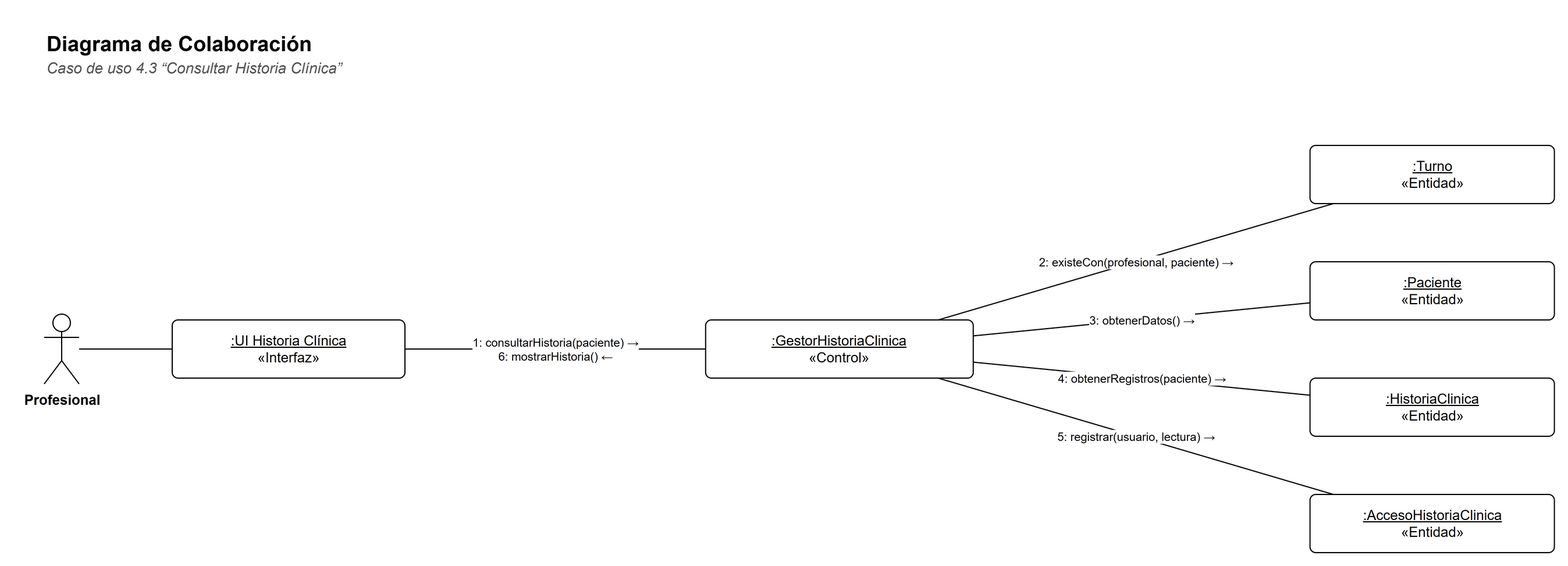
Matiglorioso/kineturnos keeps this draw.io diagram as docs/diagramas/colaboracion-4-3.png. Above is the earlier version. Source tidied: cells renumbered, new cells last; positions are measured from the earlier drawing's top-left corner, leaving out a move shared by most shapes.
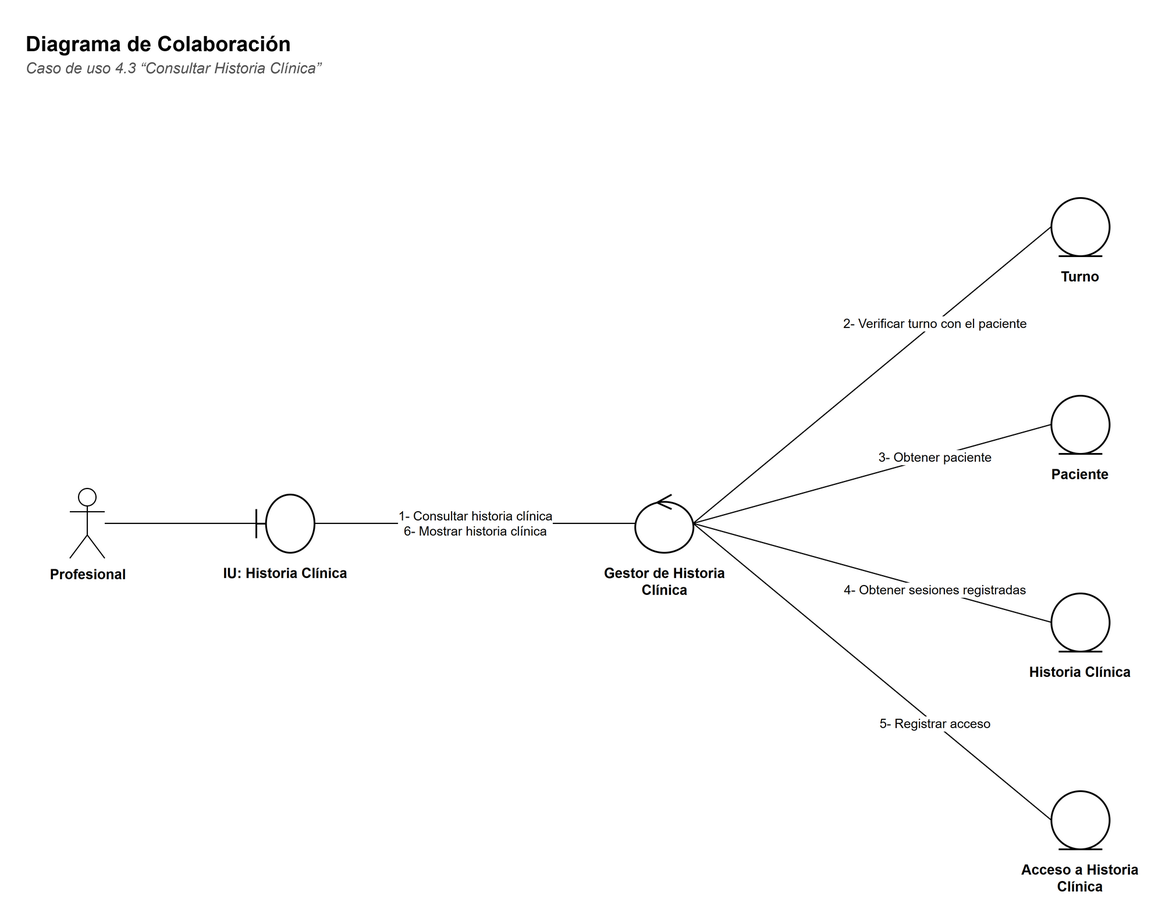
Above is the later version.

The edit, as a diff of the source:
```diff
@@ -9,43 +9,61 @@
       <mxGeometry y="24" width="900" height="20" as="geometry" />
     </mxCell>
     <mxCell id="4" value="Profesional" style="shape=umlActor;verticalLabelPosition=bottom;verticalAlign=top;html=1;outlineConnect=0;fillColor=#FFFFFF;strokeColor=#000000;fontFamily=Helvetica;fontSize=12;fontStyle=1;" parent="1" vertex="1">
-      <mxGeometry y="250" width="30" height="60" as="geometry" />
+      <mxGeometry x="40" y="400" width="30" height="60" as="geometry" />
     </mxCell>
-    <mxCell id="5" value="&lt;u&gt;:UI Historia Clínica&lt;/u&gt;&lt;br&gt;«Interfaz»" style="rounded=0;whiteSpace=wrap;html=1;fillColor=#FFFFFF;strokeColor=#000000;fontFamily=Helvetica;fontSize=12;rounded=1;arcSize=10;" parent="1" vertex="1">
-      <mxGeometry x="110" y="255" width="200" height="50" as="geometry" />
+    <mxCell id="5" style="shape=umlBoundary;html=1;fillColor=#FFFFFF;strokeColor=#000000;strokeWidth=1.5;" parent="1" vertex="1">
+      <mxGeometry x="200" y="405" width="50" height="50" as="geometry" />
     </mxCell>
-    <mxCell id="6" value="&lt;u&gt;:GestorHistoriaClinica&lt;/u&gt;&lt;br&gt;«Control»" style="rounded=0;whiteSpace=wrap;html=1;fillColor=#FFFFFF;strokeColor=#000000;fontFamily=Helvetica;fontSize=12;rounded=1;arcSize=10;" parent="1" vertex="1">
-      <mxGeometry x="568.4" y="255" width="230" height="50" as="geometry" />
+    <mxCell id="6" value="&lt;b&gt;IU: Historia Clínica&lt;/b&gt;" style="text;html=1;strokeColor=none;fillColor=none;align=left;verticalAlign=top;whiteSpace=wrap;fontFamily=Helvetica;align=center;fontSize=12;" parent="1" vertex="1">
+      <mxGeometry x="160" y="459" width="130" height="40" as="geometry" />
     </mxCell>
-    <mxCell id="7" value="&lt;u&gt;:Turno&lt;/u&gt;&lt;br&gt;«Entidad»" style="rounded=0;whiteSpace=wrap;html=1;fillColor=#FFFFFF;strokeColor=#000000;fontFamily=Helvetica;fontSize=12;rounded=1;arcSize=10;" parent="1" vertex="1">
-      <mxGeometry x="1087.8" y="105" width="210" height="50" as="geometry" />
+    <mxCell id="7" style="shape=umlControl;html=1;fillColor=#FFFFFF;strokeColor=#000000;strokeWidth=1.5;" parent="1" vertex="1">
+      <mxGeometry x="525.6" y="405" width="50" height="50" as="geometry" />
     </mxCell>
-    <mxCell id="8" value="&lt;u&gt;:Paciente&lt;/u&gt;&lt;br&gt;«Entidad»" style="rounded=0;whiteSpace=wrap;html=1;fillColor=#FFFFFF;strokeColor=#000000;fontFamily=Helvetica;fontSize=12;rounded=1;arcSize=10;" parent="1" vertex="1">
-      <mxGeometry x="1087.8" y="205" width="210" height="50" as="geometry" />
+    <mxCell id="8" value="&lt;b&gt;Gestor de Historia Clínica&lt;/b&gt;" style="text;html=1;strokeColor=none;fillColor=none;align=left;verticalAlign=top;whiteSpace=wrap;fontFamily=Helvetica;align=center;fontSize=12;" parent="1" vertex="1">
+      <mxGeometry x="485.6" y="459" width="130" height="40" as="geometry" />
     </mxCell>
-    <mxCell id="9" value="&lt;u&gt;:HistoriaClinica&lt;/u&gt;&lt;br&gt;«Entidad»" style="rounded=0;whiteSpace=wrap;html=1;fillColor=#FFFFFF;strokeColor=#000000;fontFamily=Helvetica;fontSize=12;rounded=1;arcSize=10;" parent="1" vertex="1">
-      <mxGeometry x="1087.8" y="305" width="210" height="50" as="geometry" />
+    <mxCell id="9" style="shape=umlEntity;html=1;fillColor=#FFFFFF;strokeColor=#000000;strokeWidth=1.5;" parent="1" vertex="1">
+      <mxGeometry x="883.2" y="150" width="50" height="50" as="geometry" />
     </mxCell>
-    <mxCell id="10" value="&lt;u&gt;:AccesoHistoriaClinica&lt;/u&gt;&lt;br&gt;«Entidad»" style="rounded=0;whiteSpace=wrap;html=1;fillColor=#FFFFFF;strokeColor=#000000;fontFamily=Helvetica;fontSize=12;rounded=1;arcSize=10;" parent="1" vertex="1">
-      <mxGeometry x="1087.8" y="405" width="210" height="50" as="geometry" />
+    <mxCell id="10" value="&lt;b&gt;Turno&lt;/b&gt;" style="text;html=1;strokeColor=none;fillColor=none;align=left;verticalAlign=top;whiteSpace=wrap;fontFamily=Helvetica;align=center;fontSize=12;" parent="1" vertex="1">
+      <mxGeometry x="843.2" y="204" width="130" height="40" as="geometry" />
     </mxCell>
-    <mxCell id="11" style="edgeStyle=none;html=1;endArrow=none;endFill=0;strokeColor=#000000;fontFamily=Helvetica;fontSize=11;labelBackgroundColor=#FFFFFF;" parent="1" edge="1" source="4" target="5">
-      <mxGeometry relative="1" as="geometry" />
+    <mxCell id="11" style="shape=umlEntity;html=1;fillColor=#FFFFFF;strokeColor=#000000;strokeWidth=1.5;" parent="1" vertex="1">
+      <mxGeometry x="883.2" y="320" width="50" height="50" as="geometry" />
     </mxCell>
-    <mxCell id="12" value="1: consultarHistoria(paciente) →&lt;br&gt;6: mostrarHistoria() ←" style="edgeStyle=none;html=1;endArrow=none;endFill=0;strokeColor=#000000;fontFamily=Helvetica;fontSize=11;labelBackgroundColor=#FFFFFF;fontSize=10;" parent="1" edge="1" source="6" target="5">
-      <mxGeometry relative="1" as="geometry" />
+    <mxCell id="12" value="&lt;b&gt;Paciente&lt;/b&gt;" style="text;html=1;strokeColor=none;fillColor=none;align=left;verticalAlign=top;whiteSpace=wrap;fontFamily=Helvetica;align=center;fontSize=12;" parent="1" vertex="1">
+      <mxGeometry x="843.2" y="374" width="130" height="40" as="geometry" />
     </mxCell>
-    <mxCell id="13" value="2: existeCon(profesional, paciente) →" style="edgeStyle=none;html=1;endArrow=none;endFill=0;strokeColor=#000000;fontFamily=Helvetica;fontSize=11;labelBackgroundColor=#FFFFFF;fontSize=10;" parent="1" edge="1" source="7" target="6">
-      <mxGeometry relative="1" as="geometry" />
+    <mxCell id="13" style="shape=umlEntity;html=1;fillColor=#FFFFFF;strokeColor=#000000;strokeWidth=1.5;" parent="1" vertex="1">
+      <mxGeometry x="883.2" y="490" width="50" height="50" as="geometry" />
     </mxCell>
-    <mxCell id="14" value="3: obtenerDatos() →" style="edgeStyle=none;html=1;endArrow=none;endFill=0;strokeColor=#000000;fontFamily=Helvetica;fontSize=11;labelBackgroundColor=#FFFFFF;fontSize=10;" parent="1" edge="1" source="8" target="6">
-      <mxGeometry relative="1" as="geometry" />
+    <mxCell id="14" value="&lt;b&gt;Historia Clínica&lt;/b&gt;" style="text;html=1;strokeColor=none;fillColor=none;align=left;verticalAlign=top;whiteSpace=wrap;fontFamily=Helvetica;align=center;fontSize=12;" parent="1" vertex="1">
+      <mxGeometry x="843.2" y="544" width="130" height="40" as="geometry" />
     </mxCell>
-    <mxCell id="15" value="4: obtenerRegistros(paciente) →" style="edgeStyle=none;html=1;endArrow=none;endFill=0;strokeColor=#000000;fontFamily=Helvetica;fontSize=11;labelBackgroundColor=#FFFFFF;fontSize=10;" parent="1" edge="1" source="9" target="6">
-      <mxGeometry relative="1" as="geometry" />
+    <mxCell id="15" style="shape=umlEntity;html=1;fillColor=#FFFFFF;strokeColor=#000000;strokeWidth=1.5;" parent="1" vertex="1">
+      <mxGeometry x="883.2" y="660" width="50" height="50" as="geometry" />
     </mxCell>
-    <mxCell id="16" value="5: registrar(usuario, lectura) →" style="edgeStyle=none;html=1;endArrow=none;endFill=0;strokeColor=#000000;fontFamily=Helvetica;fontSize=11;labelBackgroundColor=#FFFFFF;fontSize=10;" parent="1" edge="1" source="10" target="6">
-      <mxGeometry relative="1" as="geometry" />
+    <mxCell id="16" value="&lt;b&gt;Acceso a Historia Clínica&lt;/b&gt;" style="text;html=1;strokeColor=none;fillColor=none;align=left;verticalAlign=top;whiteSpace=wrap;fontFamily=Helvetica;align=center;fontSize=12;" parent="1" vertex="1">
+      <mxGeometry x="843.2" y="714" width="130" height="40" as="geometry" />
     </mxCell>
+    <mxCell id="17" style="edgeStyle=none;html=1;endArrow=none;endFill=0;strokeColor=#000000;fontFamily=Helvetica;fontSize=11;labelBackgroundColor=#FFFFFF;" parent="1" edge="1" source="4" target="5">
+      <mxGeometry relative="1" as="geometry" />
+    </mxCell>
+    <mxCell id="18" value="1- Consultar historia clínica&lt;br&gt;6- Mostrar historia clínica" style="edgeStyle=none;html=1;endArrow=none;endFill=0;strokeColor=#000000;fontFamily=Helvetica;fontSize=11;labelBackgroundColor=#FFFFFF;fontSize=11;exitX=1;exitY=0.5;exitDx=0;exitDy=0;entryX=0;entryY=0.5;entryDx=0;entryDy=0;" parent="1" edge="1" source="5" target="7">
+      <mxGeometry relative="1" as="geometry" />
+    </mxCell>
+    <mxCell id="19" value="2- Verificar turno con el paciente" style="edgeStyle=none;html=1;endArrow=none;endFill=0;strokeColor=#000000;fontFamily=Helvetica;fontSize=11;labelBackgroundColor=#FFFFFF;fontSize=11;exitX=1;exitY=0.5;exitDx=0;exitDy=0;entryX=0;entryY=0.5;entryDx=0;entryDy=0;" parent="1" edge="1" source="7" target="9">
+      <mxGeometry x="0.35" relative="1" as="geometry" />
+    </mxCell>
+    <mxCell id="20" value="3- Obtener paciente" style="edgeStyle=none;html=1;endArrow=none;endFill=0;strokeColor=#000000;fontFamily=Helvetica;fontSize=11;labelBackgroundColor=#FFFFFF;fontSize=11;exitX=1;exitY=0.5;exitDx=0;exitDy=0;entryX=0;entryY=0.5;entryDx=0;entryDy=0;" parent="1" edge="1" source="7" target="11">
+      <mxGeometry x="0.35" relative="1" as="geometry" />
+    </mxCell>
+    <mxCell id="21" value="4- Obtener sesiones registradas" style="edgeStyle=none;html=1;endArrow=none;endFill=0;strokeColor=#000000;fontFamily=Helvetica;fontSize=11;labelBackgroundColor=#FFFFFF;fontSize=11;exitX=1;exitY=0.5;exitDx=0;exitDy=0;entryX=0;entryY=0.5;entryDx=0;entryDy=0;" parent="1" edge="1" source="7" target="13">
+      <mxGeometry x="0.35" relative="1" as="geometry" />
+    </mxCell>
+    <mxCell id="22" value="5- Registrar acceso" style="edgeStyle=none;html=1;endArrow=none;endFill=0;strokeColor=#000000;fontFamily=Helvetica;fontSize=11;labelBackgroundColor=#FFFFFF;fontSize=11;exitX=1;exitY=0.5;exitDx=0;exitDy=0;entryX=0;entryY=0.5;entryDx=0;entryDy=0;" parent="1" edge="1" source="7" target="15">
+      <mxGeometry x="0.35" relative="1" as="geometry" />
+    </mxCell>
   </root>
 </mxGraphModel>
```
